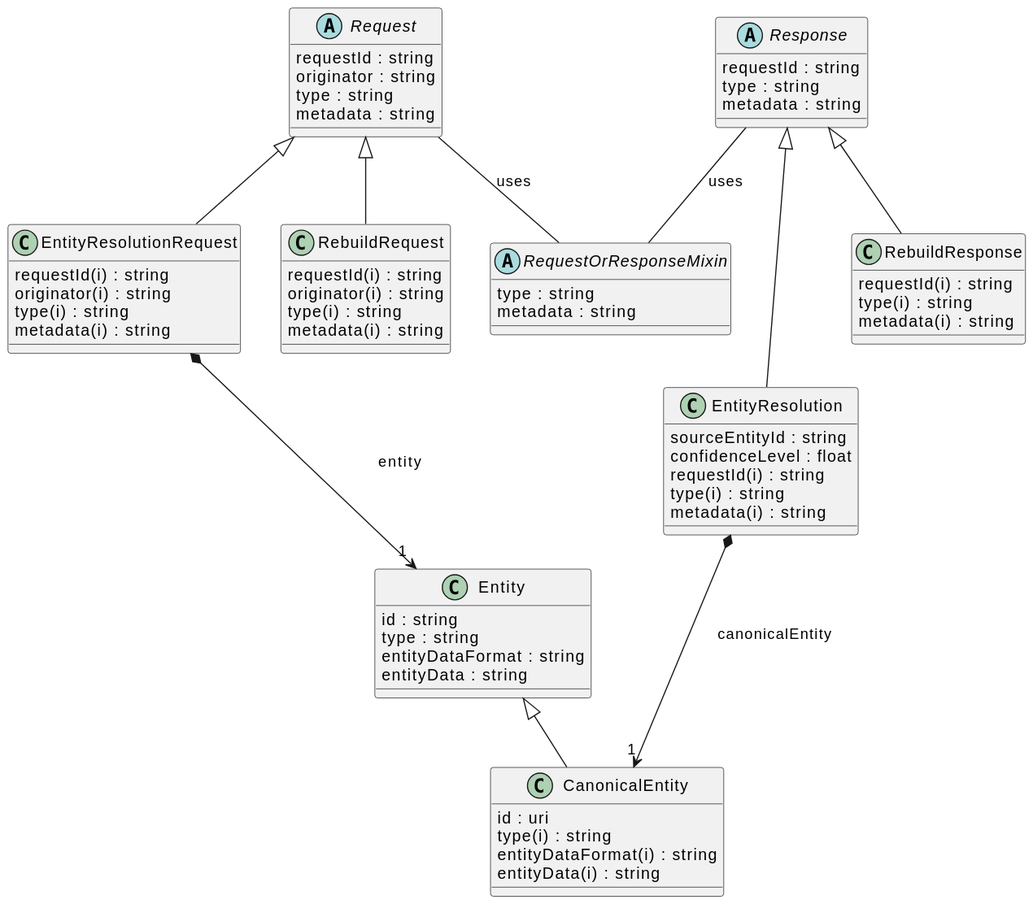
meaningfy-ws/er-system keeps this PlantUML diagram as docs/schema/ErsServiceDataSchema.svg. Above is the earlier version.
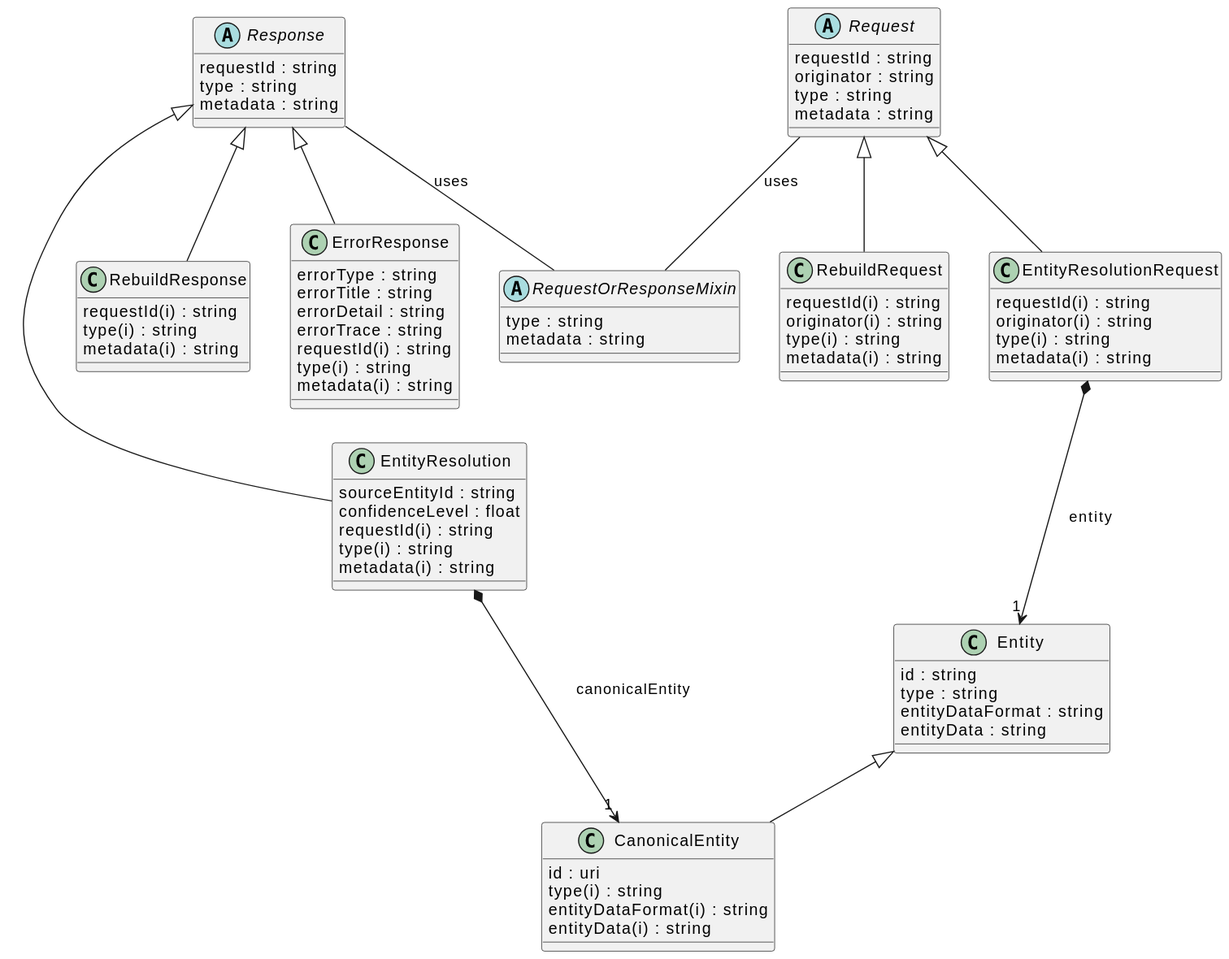
After the change.

Change to the diagram source:
```diff
@@ -13,6 +13,15 @@
     {field} type(i) : string
     {field} metadata(i) : string
 }
+class "ErrorResponse" [[{Response sent by the ERE when some error/exception occurs while processing a request.}]] {
+    {field} errorType : string
+    {field} errorTitle : string
+    {field} errorDetail : string
+    {field} errorTrace : string
+    {field} requestId(i) : string
+    {field} type(i) : string
+    {field} metadata(i) : string
+}
 class "EntityResolution" [[{An entity resolution response sent by the ERE.}]] {
     {field} sourceEntityId : string
     {field} confidenceLevel : float
@@ -22,6 +31,7 @@
 }
 "Response" -- "RequestOrResponseMixin"  : uses
 "Response" ^-- "RebuildResponse"
+"Response" ^-- "ErrorResponse"
 "Response" ^-- "EntityResolution"
 abstract "Request" [[{Root class to represent all the requests sent to the ERE.}]] {
     {field} requestId : string
```
